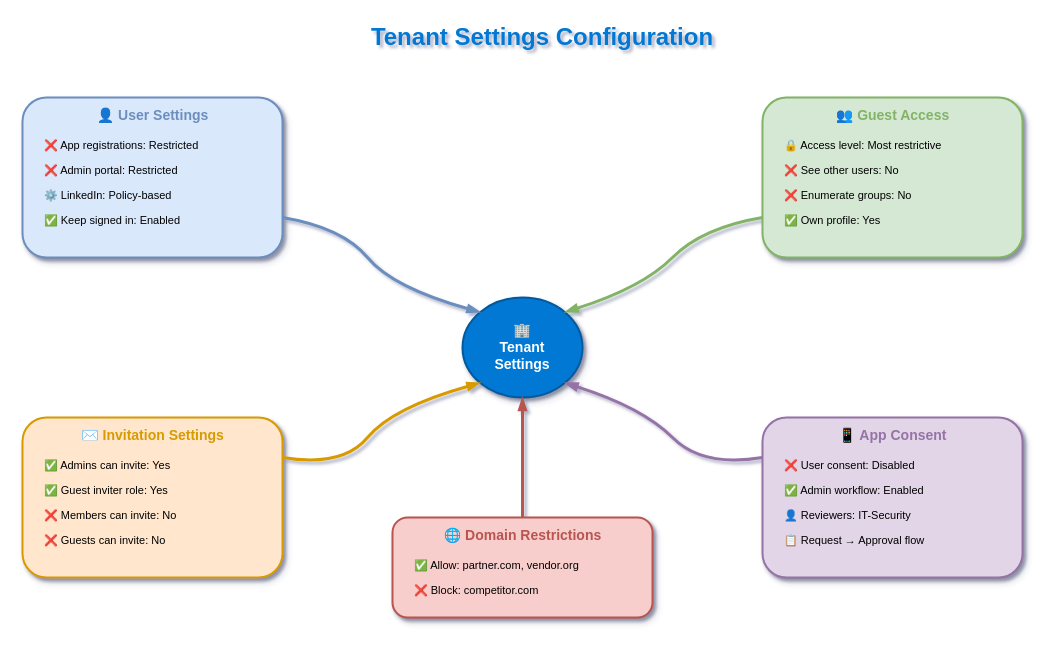
MrParkerZ7/document-lesson-ad-entra-x-claude keeps this draw.io diagram as lesson-02-tenant-setup/2.5-tenant-settings/diagram.drawio. Above is the earlier version. Source tidied: cells renumbered, new cells numbered last; positions are measured from the earlier drawing's top-left corner, leaving out a move shared by most shapes. Both pictures are drawn from the tidied source at 100%, with x=0, y=0 at pixel (22, 17).
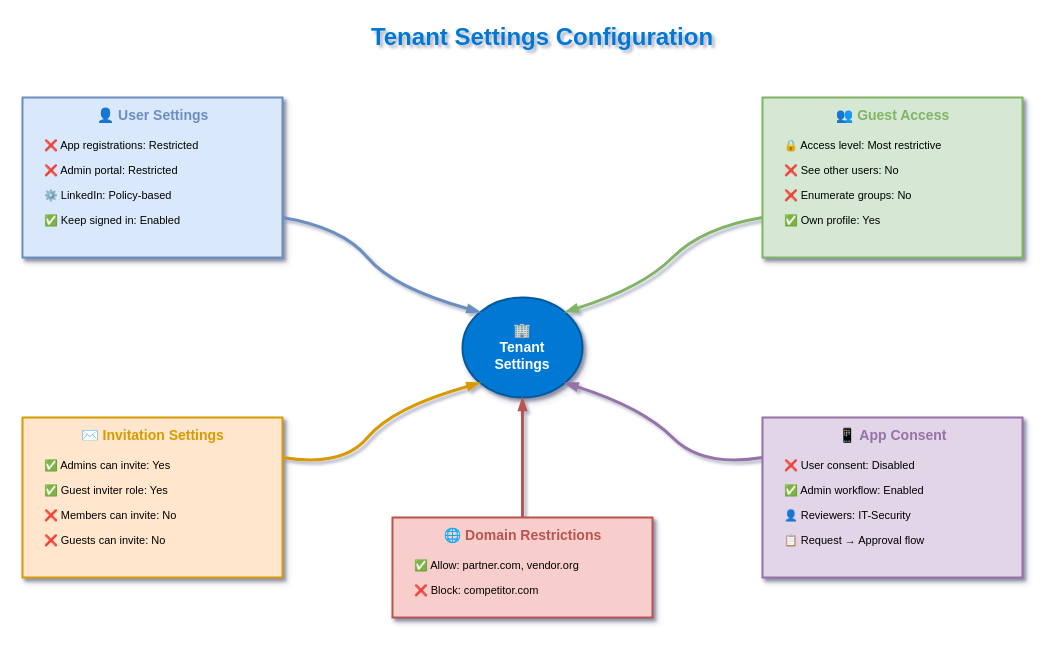
After the change.

Change to the diagram source:
```diff
@@
-    <mxCell id="4" style="rounded=1;whiteSpace=wrap;html=1;fillColor=#dae8fc;strokeColor=#6c8ebf;strokeWidth=2;shadow=1;" parent="1" vertex="1">
+    <mxCell id="4" style="rounded=0;whiteSpace=wrap;html=1;fillColor=#dae8fc;strokeColor=#6c8ebf;strokeWidth=2;shadow=1;" parent="1" vertex="1">
       <mxGeometry y="80" width="260" height="160" as="geometry" />
     </mxCell>
@@
-    <mxCell id="11" style="rounded=1;whiteSpace=wrap;html=1;fillColor=#d5e8d4;strokeColor=#82b366;strokeWidth=2;shadow=1;" parent="1" vertex="1">
+    <mxCell id="11" style="rounded=0;whiteSpace=wrap;html=1;fillColor=#d5e8d4;strokeColor=#82b366;strokeWidth=2;shadow=1;" parent="1" vertex="1">
       <mxGeometry x="740" y="80" width="260" height="160" as="geometry" />
     </mxCell>
@@
-    <mxCell id="18" style="rounded=1;whiteSpace=wrap;html=1;fillColor=#ffe6cc;strokeColor=#d79b00;strokeWidth=2;shadow=1;" parent="1" vertex="1">
+    <mxCell id="18" style="rounded=0;whiteSpace=wrap;html=1;fillColor=#ffe6cc;strokeColor=#d79b00;strokeWidth=2;shadow=1;" parent="1" vertex="1">
       <mxGeometry y="400" width="260" height="160" as="geometry" />
     </mxCell>
@@
-    <mxCell id="25" style="rounded=1;whiteSpace=wrap;html=1;fillColor=#e1d5e7;strokeColor=#9673a6;strokeWidth=2;shadow=1;" parent="1" vertex="1">
+    <mxCell id="25" style="rounded=0;whiteSpace=wrap;html=1;fillColor=#e1d5e7;strokeColor=#9673a6;strokeWidth=2;shadow=1;" parent="1" vertex="1">
       <mxGeometry x="740" y="400" width="260" height="160" as="geometry" />
     </mxCell>
@@
-    <mxCell id="32" style="rounded=1;whiteSpace=wrap;html=1;fillColor=#f8cecc;strokeColor=#b85450;strokeWidth=2;shadow=1;" parent="1" vertex="1">
+    <mxCell id="32" style="rounded=0;whiteSpace=wrap;html=1;fillColor=#f8cecc;strokeColor=#b85450;strokeWidth=2;shadow=1;" parent="1" vertex="1">
       <mxGeometry x="370" y="500" width="260" height="100" as="geometry" />
     </mxCell>
```
